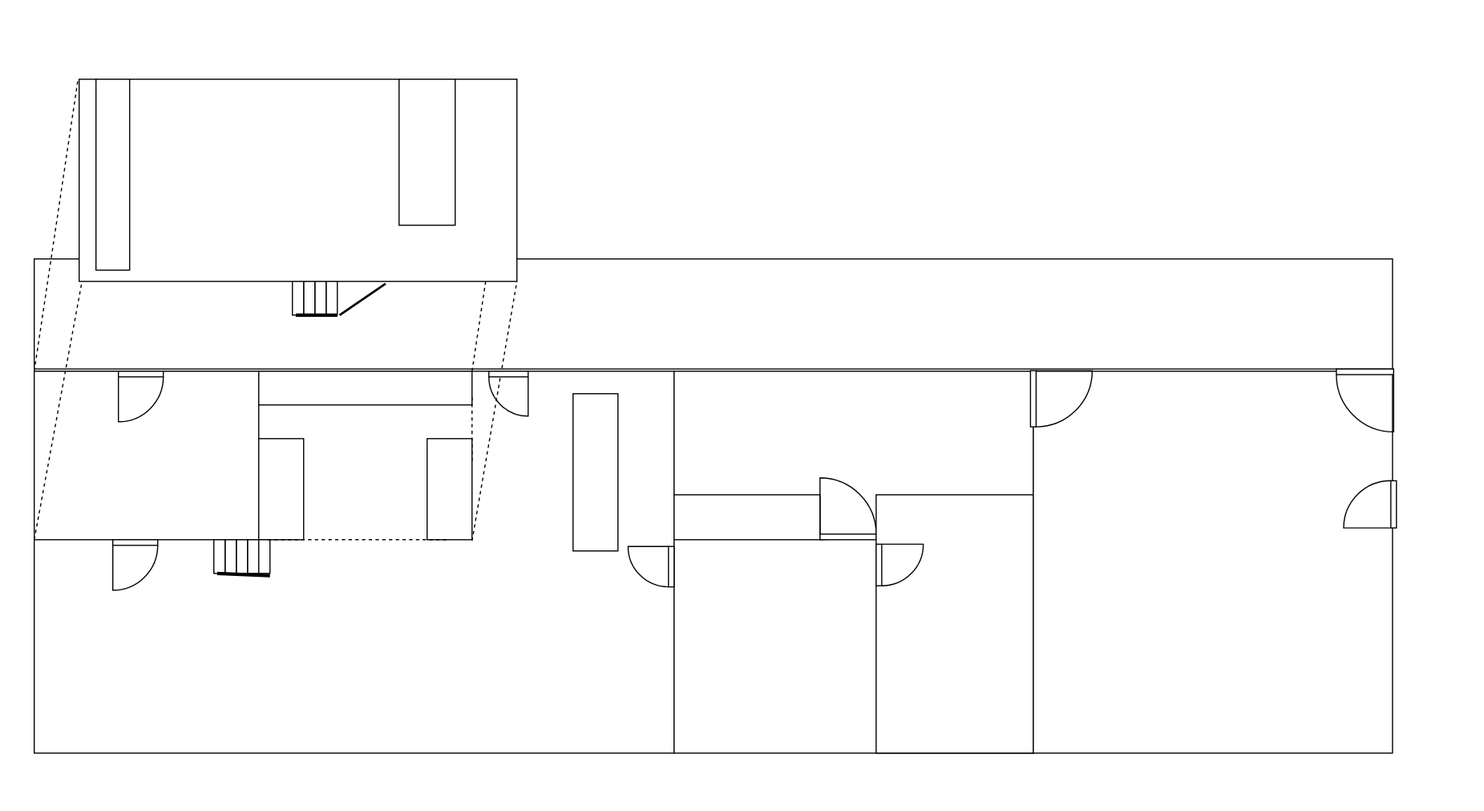
Before: config/rzl/assets/layers/rooms.svg, a diagram exported from draw.io (uwap/mqtt-control-map). Source tidied: cells renumbered, new cells last; positions are measured from the earlier drawing's top-left corner, leaving out a move shared by most shapes.
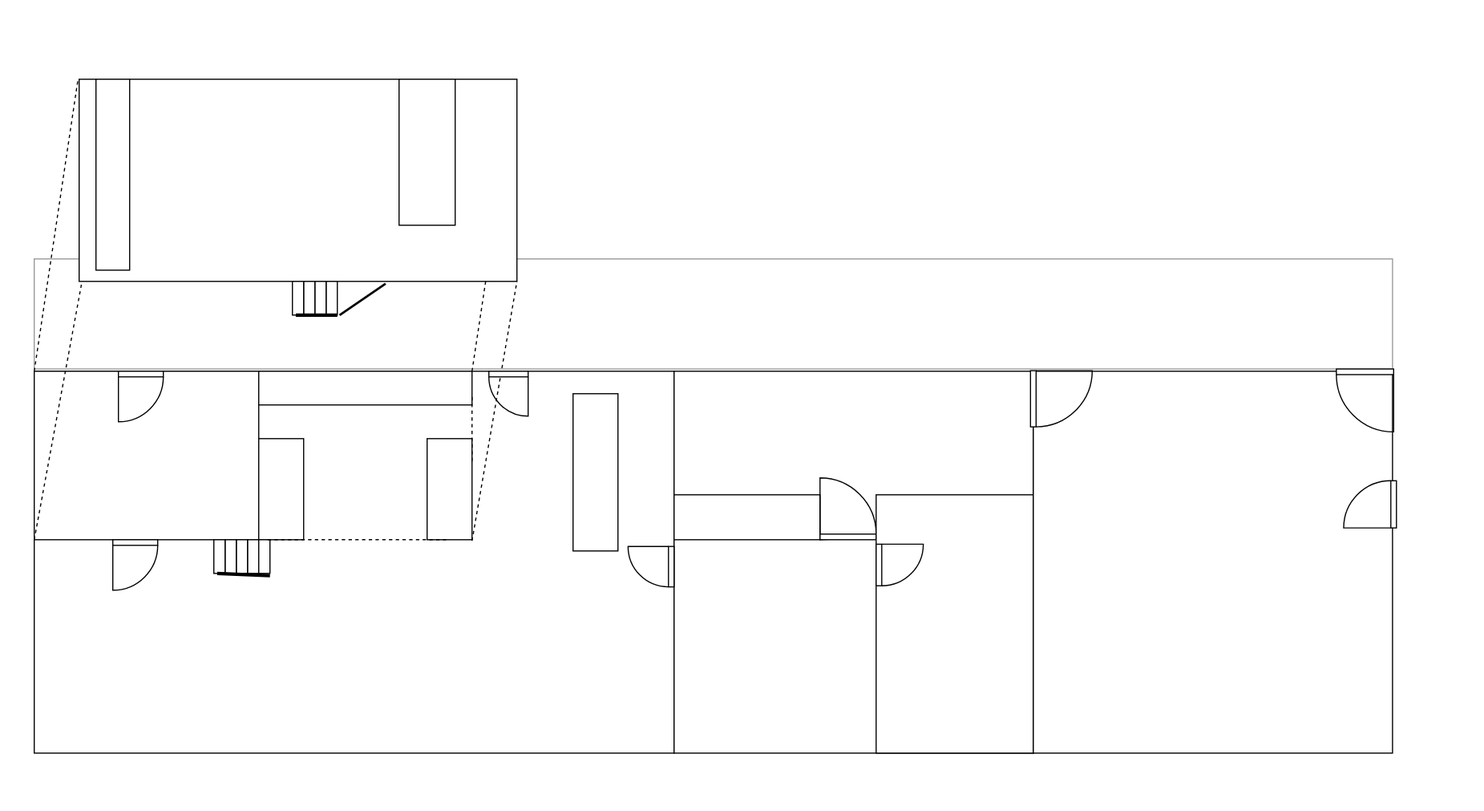
After the commit.

Commit message:
RZL: Change corridor opacity

The edit, as a diff of the source:
```diff
@@ -21,7 +21,7 @@
       </mxGeometry>
     </mxCell>
     <mxCell id="5" value="Rooms" parent="0" />
-    <mxCell id="6" style="rounded=0;whiteSpace=wrap;html=1;" parent="5" vertex="1">
+    <mxCell id="6" style="rounded=0;whiteSpace=wrap;html=1;opacity=40;" parent="5" vertex="1">
       <mxGeometry x="30" y="230" width="1210" height="98" as="geometry" />
     </mxCell>
     <mxCell id="7" style="endArrow=none;dashed=1;html=1;entryX=0.997;entryY=0.017;entryPerimeter=0;" parent="5" edge="1" target="14">
```
